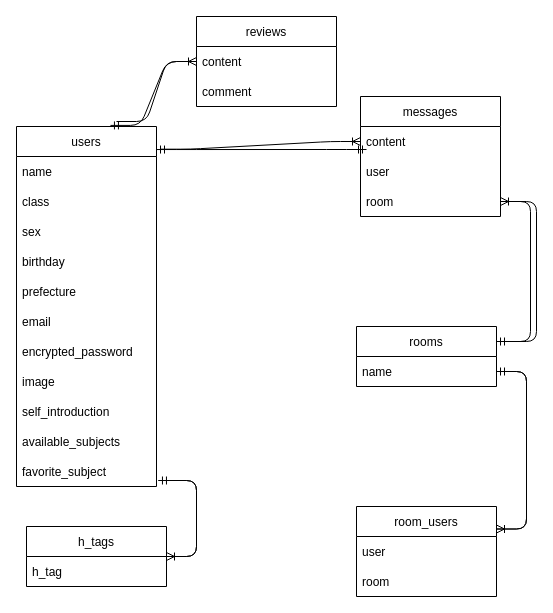
Before: ER.dio in kazukiti123/Edupace, a draw.io diagram. Source tidied: cells renumbered, new cells numbered last; positions are measured from the earlier drawing's top-left corner, leaving out a move shared by most shapes. Both pictures are drawn from the tidied source at 100%, with x=0, y=0 at pixel (16, 16).
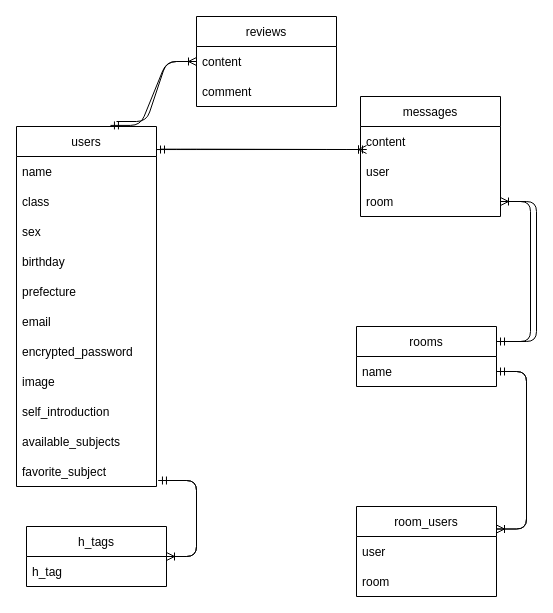
The same diagram, later.

Unchanged cells that the change refers to:
```xml
<mxCell id="2" value="users" style="swimlane;fontStyle=0;horizontal=1;startSize=30;" parent="1" vertex="1">
  <mxGeometry y="110" width="140" height="360" as="geometry" />
</mxCell>
<mxCell id="20" value="content" style="text;strokeColor=none;fillColor=none;align=left;verticalAlign=middle;spacingLeft=4;spacingRight=4;overflow=hidden;points=[[0,0.5],[1,0.5]];portConstraint=eastwest;" parent="19" vertex="1">
  <mxGeometry y="30" width="140" height="30" as="geometry" />
</mxCell>
```

Diff of the diagram source:
```diff
@@
-    <mxCell id="28" style="edgeStyle=entityRelationEdgeStyle;fontSize=12;html=1;endArrow=ERoneToMany;entryX=0;entryY=0.5;entryDx=0;entryDy=0;exitX=1.029;exitY=0.063;exitDx=0;exitDy=0;exitPerimeter=0;" parent="1" edge="1" source="2" target="20">
-      <mxGeometry relative="1" as="geometry" />
+    <mxCell id="28" style="edgeStyle=entityRelationEdgeStyle;fontSize=12;html=1;endArrow=ERoneToMany;exitX=1.029;exitY=0.063;exitDx=0;exitDy=0;exitPerimeter=0;" parent="1" edge="1" source="2">
+      <mxGeometry relative="1" as="geometry">
+        <mxPoint x="350" y="133" as="targetPoint" />
+      </mxGeometry>
     </mxCell>
```
